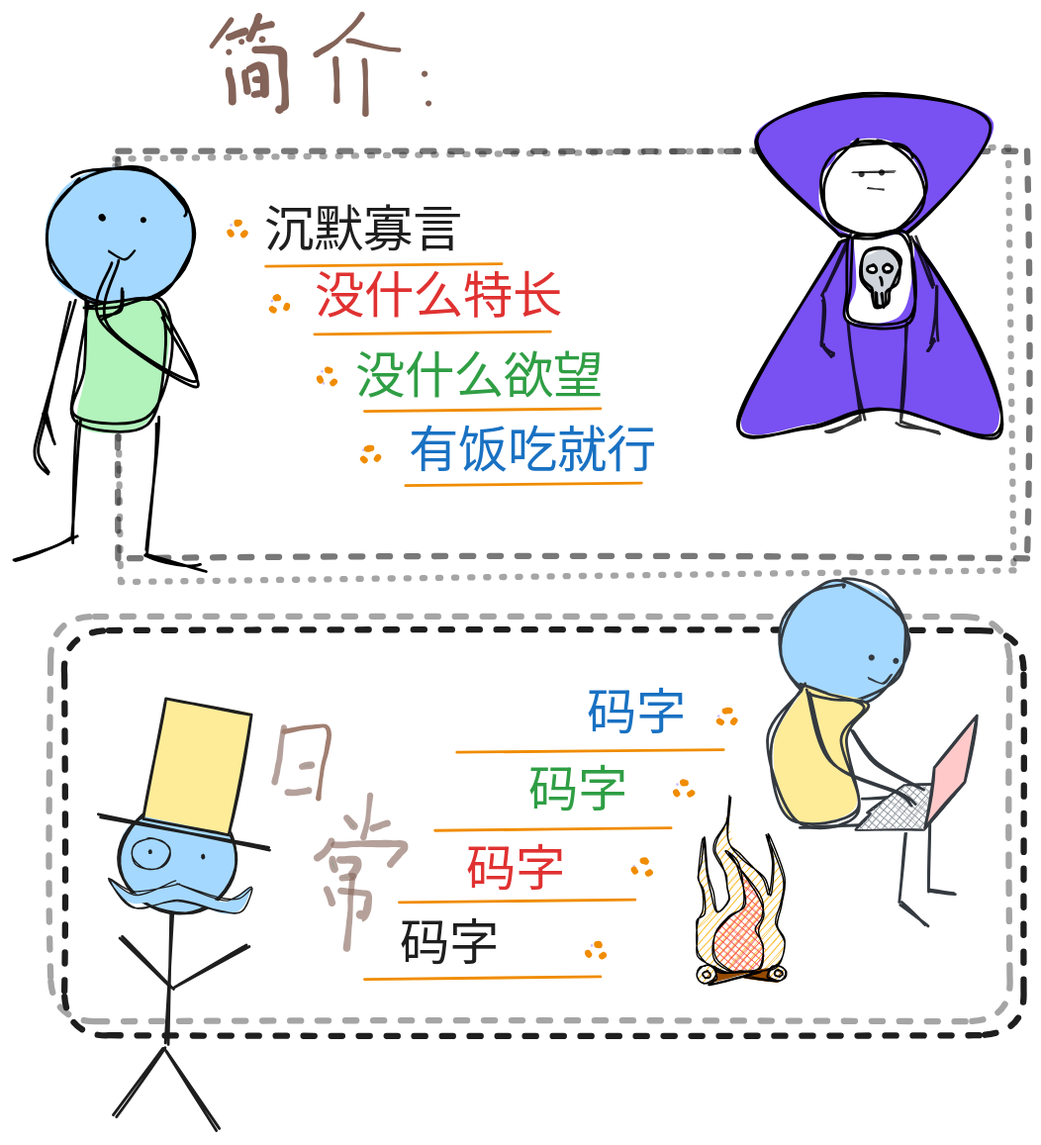
Earlier version of the Excalidraw export static/index.excalidraw.svg (herouu/herouu.github.io). Source tidied: one line per element, renumbered; positions are measured from the earlier drawing's top-left corner, leaving out a move shared by most shapes.
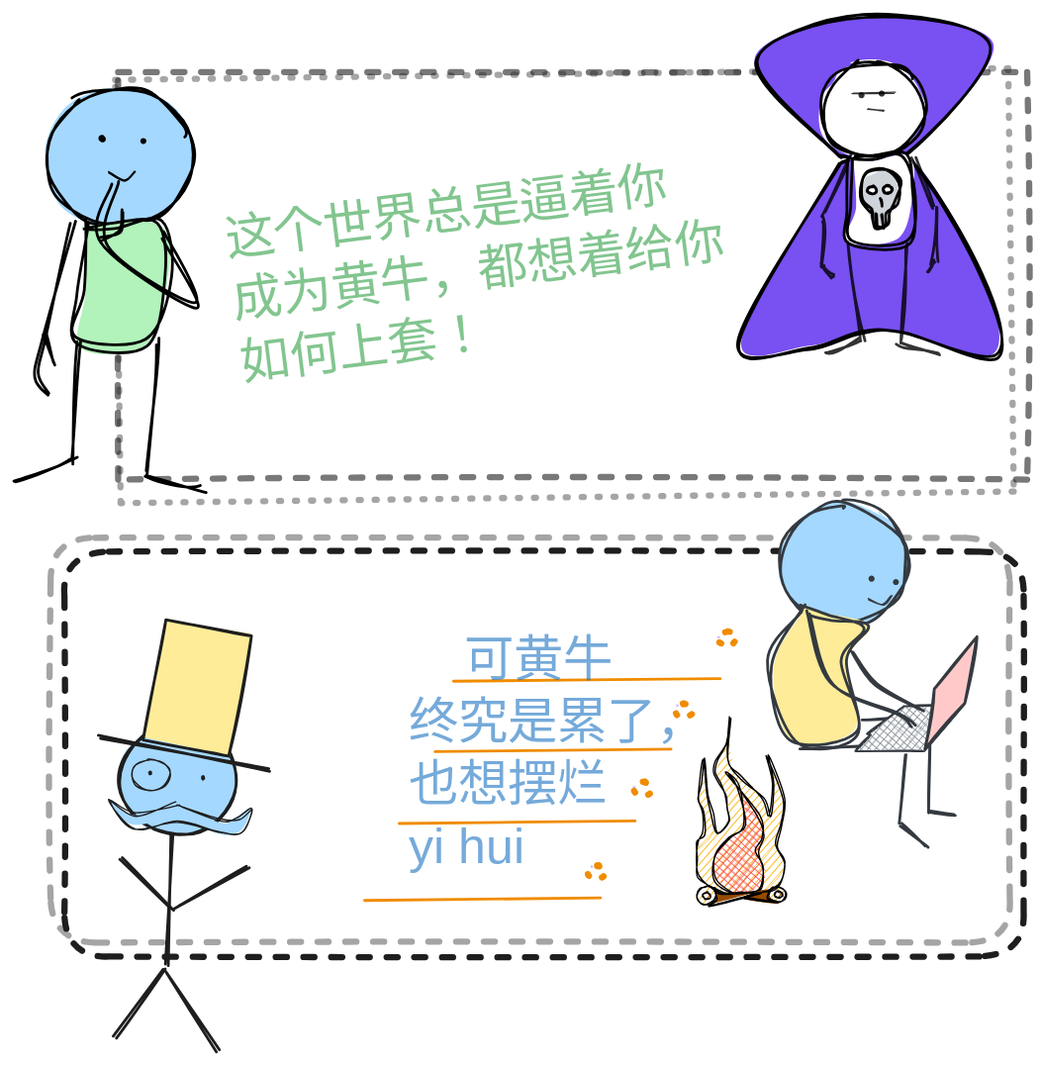
After the change.

Commit message:
feat(index): 添加 PlantUML 和 Mermaid 图表支持

- 在 index.html 中添加了 docsify-plantuml 和 docsify-mermaid 插件
- 优化了 Excalidraw 图表的显示样式
- 调整了部分脚本的引入顺序，提高了页面加载效率

Diff of the diagram source:
```diff
@@ -2,5 +2,2 @@
 {"id": 1, "type": "rectangle", "strokeColor": "#1e1e1e", "angle": 6.27, "strokeWidth": 4, "strokeStyle": "dotted", "roughness": 0, "opacity": 40, "x": 73, "y": 100, "width": 645, "height": 306}
-{"id": 2, "type": "text", "text": "沉默寡言", "strokeColor": "#1e1e1e", "strokeWidth": 4, "strokeStyle": "dashed", "roughness": 1, "fontSize": 36, "fontFamily": 5, "x": 179, "y": 136, "width": 144, "height": 45}
-{"id": 3, "type": "text", "text": "没什么特长", "strokeColor": "#e03131", "strokeWidth": 4, "strokeStyle": "dashed", "roughness": 1, "fontSize": 36, "fontFamily": 5, "x": 215, "y": 184, "width": 180, "height": 45}
-{"id": 4, "type": "text", "text": "没什么欲望", "strokeColor": "#2f9e44", "strokeWidth": 4, "strokeStyle": "dashed", "roughness": 1, "fontSize": 36, "fontFamily": 5, "x": 244, "y": 241, "width": 180, "height": 45}
 {"id": 5, "type": "ellipse", "strokeColor": "#1e1e1e", "backgroundColor": "#a5d8ff", "fillStyle": "solid", "strokeWidth": 2, "roughness": 1, "x": 74, "y": 571, "width": 85, "height": 78}
@@ -30,7 +27,2 @@
 {"id": 29, "type": "line", "strokeColor": "#000000", "angle": 3.23, "backgroundColor": "#ffec99", "fillStyle": "solid", "strokeWidth": 1, "roughness": 1, "round": true, "x": 67, "y": 177, "width": 19, "height": 7, "points": [[0, 0], [7, -7], [19, -2]]}
-{"id": 30, "type": "ellipse", "strokeColor": "#f08c00", "backgroundColor": "#d0bfff", "fillStyle": "cross-hatch", "strokeWidth": 4, "strokeStyle": "dotted", "roughness": 1, "round": true, "x": 153, "y": 151, "width": 12, "height": 10}
-{"id": 31, "type": "ellipse", "strokeColor": "#f08c00", "backgroundColor": "#d0bfff", "fillStyle": "cross-hatch", "strokeWidth": 4, "strokeStyle": "dotted", "roughness": 1, "round": true, "x": 183, "y": 205, "width": 12, "height": 10}
-{"id": 32, "type": "ellipse", "strokeColor": "#f08c00", "backgroundColor": "#d0bfff", "fillStyle": "cross-hatch", "strokeWidth": 4, "strokeStyle": "dotted", "roughness": 1, "round": true, "x": 218, "y": 257, "width": 12, "height": 10}
-{"id": 33, "type": "text", "text": "有饭吃就行", "strokeColor": "#1971c2", "strokeWidth": 4, "strokeStyle": "dashed", "roughness": 1, "fontSize": 36, "fontFamily": 5, "x": 283, "y": 295, "width": 180, "height": 45}
-{"id": 34, "type": "ellipse", "strokeColor": "#f08c00", "backgroundColor": "#d0bfff", "fillStyle": "cross-hatch", "strokeWidth": 4, "strokeStyle": "dotted", "roughness": 1, "round": true, "x": 249, "y": 313, "width": 12, "height": 10}
 {"id": 35, "type": "line", "strokeColor": "#000000", "backgroundColor": "#7950f2", "fillStyle": "solid", "strokeWidth": 2, "roughness": 1, "round": true, "x": 595, "y": 164, "width": 186, "height": 146, "points": [[0, 0], [-74, 130], [-23, 134], [14, 122], [44, 123], [112, 139], [101, 81], [45, -7], [0, 0]]}
@@ -53,21 +45,2 @@
 {"id": 52, "type": "line", "strokeColor": "#000000", "angle": 0.1, "backgroundColor": "#ffffff", "fillStyle": "solid", "strokeWidth": 2, "roughness": 2, "round": true, "x": 624, "y": 191, "width": 0, "height": 4, "points": [[0, 0], [0, 4]]}
-{"id": 53, "type": "freedraw", "strokeColor": "#846358", "backgroundColor": "#964b00", "fillStyle": "cross-hatch", "strokeWidth": 1, "strokeStyle": "dotted", "roughness": 1, "x": 155, "y": 4, "width": 14, "height": 19, "points": [[0, 0], [-14, 19], [-14, 19]]}
-{"id": 54, "type": "freedraw", "strokeColor": "#846358", "backgroundColor": "#964b00", "fillStyle": "cross-hatch", "strokeWidth": 1, "strokeStyle": "dotted", "roughness": 1, "x": 153, "y": 16, "width": 12, "height": 4, "points": [[0, 0], [1, 0], [2, -1], [3, -2], [5, -2], [6, -2], [7, -2], [8, -3], [10, -4], [11, -4], [12, -4], [12, -4]]}
-{"id": 55, "type": "freedraw", "strokeColor": "#846358", "backgroundColor": "#964b00", "fillStyle": "cross-hatch", "strokeWidth": 1, "strokeStyle": "dotted", "roughness": 1, "x": 163, "y": 20, "width": 1, "height": 0, "points": [[0, 0], [1, 0], [0, 0]]}
-{"id": 56, "type": "freedraw", "strokeColor": "#846358", "backgroundColor": "#964b00", "fillStyle": "cross-hatch", "strokeWidth": 1, "strokeStyle": "dotted", "roughness": 1, "x": 175, "y": 2, "width": 7, "height": 16, "points": [[0, 0], [0, 1], [0, 2], [-2, 4], [-2, 7], [-3, 9], [-5, 12], [-5, 13], [-6, 14], [-7, 15], [-7, 16], [-7, 16]]}
-{"id": 57, "type": "freedraw", "strokeColor": "#846358", "backgroundColor": "#964b00", "fillStyle": "cross-hatch", "strokeWidth": 1, "strokeStyle": "dotted", "roughness": 1, "x": 173, "y": 10, "width": 11, "height": 2, "points": [[0, 0], [2, 0], [4, 0], [7, -2], [7, -2], [9, -2], [10, -2], [11, -2], [11, -2]]}
-{"id": 58, "type": "freedraw", "strokeColor": "#846358", "backgroundColor": "#964b00", "fillStyle": "cross-hatch", "strokeWidth": 1, "strokeStyle": "dotted", "roughness": 1, "x": 178, "y": 18, "width": 3, "height": 1, "points": [[0, 0], [1, 0], [2, 1], [2, 1], [3, 1], [0, 0]]}
-{"id": 59, "type": "freedraw", "strokeColor": "#846358", "backgroundColor": "#964b00", "fillStyle": "cross-hatch", "strokeWidth": 1, "strokeStyle": "dotted", "roughness": 1, "x": 153, "y": 27, "width": 0, "height": 0, "points": [[0, 0], [0, 0]]}
-{"id": 60, "type": "freedraw", "strokeColor": "#846358", "backgroundColor": "#964b00", "fillStyle": "cross-hatch", "strokeWidth": 1, "strokeStyle": "dotted", "roughness": 1, "x": 153, "y": 41, "width": 2, "height": 22, "points": [[0, 0], [0, 2], [0, 3], [0, 4], [1, 6], [2, 7], [2, 12], [2, 13], [2, 16], [2, 17], [2, 20], [2, 22], [2, 22]]}
-{"id": 61, "type": "freedraw", "strokeColor": "#846358", "backgroundColor": "#964b00", "fillStyle": "cross-hatch", "strokeWidth": 1, "strokeStyle": "dotted", "roughness": 1, "x": 173, "y": 26, "width": 22, "height": 45, "points": [[0, 0], [1, 0], [2, 0], [5, 0], [6, 0], [7, 0], [7, 0], [9, 0], [11, 0], [12, 0], [13, 0], [16, 0], [17, 0], [18, 1], [19, 2], [20, 2], [20, 3], [20, 5], [20, 7], [20, 9], [20, 11], [20, 13], [20, 16], [20, 19], [21, 23], [22, 26], [22, 30], [22, 32], [22, 35], [22, 37], [22, 38], [22, 39], [22, 40], [22, 41], [22, 41], [21, 42], [21, 43], [20, 44], [20, 45], [17, 43], [17, 43]]}
-{"id": 62, "type": "freedraw", "strokeColor": "#846358", "backgroundColor": "#964b00", "fillStyle": "cross-hatch", "strokeWidth": 1, "strokeStyle": "dotted", "roughness": 1, "x": 165, "y": 42, "width": 2, "height": 14, "points": [[0, 0], [0, 2], [0, 3], [0, 5], [1, 7], [1, 9], [2, 11], [2, 12], [2, 14], [2, 13], [2, 13]]}
-{"id": 63, "type": "freedraw", "strokeColor": "#846358", "backgroundColor": "#964b00", "fillStyle": "cross-hatch", "strokeWidth": 1, "strokeStyle": "dotted", "roughness": 1, "x": 168, "y": 40, "width": 11, "height": 21, "points": [[0, 0], [2, -1], [2, -2], [4, -2], [7, -3], [7, -3], [8, -3], [9, -3], [10, -2], [10, 0], [10, 1], [11, 2], [11, 3], [11, 5], [11, 7], [11, 9], [11, 11], [11, 12], [11, 13], [11, 15], [11, 16], [11, 17], [11, 17], [11, 17]]}
-{"id": 64, "type": "freedraw", "strokeColor": "#846358", "backgroundColor": "#964b00", "fillStyle": "cross-hatch", "strokeWidth": 1, "strokeStyle": "dotted", "roughness": 1, "x": 173, "y": 47, "width": 4, "height": 0, "points": [[0, 0], [1, 0], [2, 0], [2, 0], [3, 0], [4, 0], [0, 0]]}
-{"id": 65, "type": "freedraw", "strokeColor": "#846358", "backgroundColor": "#964b00", "fillStyle": "cross-hatch", "strokeWidth": 1, "strokeStyle": "dotted", "roughness": 1, "x": 172, "y": 58, "width": 4, "height": 1, "points": [[0, 0], [1, 0], [2, 0], [2, -1], [3, -1], [4, -1], [0, 0]]}
-{"id": 66, "type": "freedraw", "strokeColor": "#846358", "backgroundColor": "#964b00", "fillStyle": "cross-hatch", "strokeWidth": 1, "strokeStyle": "dotted", "roughness": 1, "x": 250, "y": 0, "width": 33, "height": 29, "points": [[0, 0], [-1, 0], [-1, 2], [-5, 7], [-10, 12], [-12, 13], [-15, 17], [-18, 19], [-20, 22], [-22, 22], [-25, 24], [-27, 26], [-29, 27], [-32, 28], [-33, 28], [-33, 29], [-33, 29]]}
-{"id": 67, "type": "freedraw", "strokeColor": "#846358", "backgroundColor": "#964b00", "fillStyle": "cross-hatch", "strokeWidth": 1, "strokeStyle": "dotted", "roughness": 1, "x": 240, "y": 19, "width": 37, "height": 7, "points": [[0, 0], [1, 0], [2, 0], [5, 0], [10, 2], [17, 4], [24, 5], [30, 7], [33, 7], [37, 7], [37, 7]]}
-{"id": 68, "type": "freedraw", "strokeColor": "#846358", "backgroundColor": "#964b00", "fillStyle": "cross-hatch", "strokeWidth": 1, "strokeStyle": "dotted", "roughness": 1, "x": 231, "y": 32, "width": 1, "height": 30, "points": [[0, 0], [0, 2], [0, 4], [0, 7], [1, 9], [1, 12], [1, 17], [1, 22], [1, 22], [1, 25], [1, 27], [1, 29], [1, 30], [1, 30]]}
-{"id": 69, "type": "freedraw", "strokeColor": "#846358", "backgroundColor": "#964b00", "fillStyle": "cross-hatch", "strokeWidth": 1, "strokeStyle": "dotted", "roughness": 1, "x": 251, "y": 34, "width": 1, "height": 38, "points": [[0, 0], [1, 0], [1, 1], [1, 2], [1, 7], [1, 10], [1, 16], [1, 19], [1, 22], [1, 25], [1, 28], [1, 31], [1, 34], [1, 36], [1, 37], [1, 37], [1, 38], [1, 38]]}
-{"id": 70, "type": "freedraw", "strokeColor": "#846358", "backgroundColor": "#964b00", "fillStyle": "cross-hatch", "strokeWidth": 1, "strokeStyle": "dotted", "roughness": 1, "x": 295, "y": 43, "width": 0, "height": 0, "points": [[0, 0], [0, 0]]}
-{"id": 71, "type": "freedraw", "strokeColor": "#846358", "backgroundColor": "#964b00", "fillStyle": "cross-hatch", "strokeWidth": 1, "strokeStyle": "dotted", "roughness": 1, "x": 298, "y": 64, "width": 3, "height": 0, "points": [[0, 0], [1, 0], [3, 0], [0, 0]]}
 {"id": 72, "type": "ellipse", "strokeColor": "#f08c00", "backgroundColor": "#d0bfff", "fillStyle": "cross-hatch", "strokeWidth": 4, "strokeStyle": "dotted", "roughness": 1, "round": true, "x": 507, "y": 503, "width": 12, "height": 10}
@@ -76,7 +49,3 @@
 {"id": 75, "type": "ellipse", "strokeColor": "#f08c00", "backgroundColor": "#d0bfff", "fillStyle": "cross-hatch", "strokeWidth": 4, "strokeStyle": "dotted", "roughness": 1, "round": true, "x": 413, "y": 671, "width": 12, "height": 10}
-{"id": 76, "type": "line", "strokeColor": "#f08c00", "backgroundColor": "#d0bfff", "fillStyle": "solid", "strokeWidth": 2, "roughness": 0, "round": true, "x": 180, "y": 182, "width": 170, "height": 2, "points": [[0, 0], [170, -2]]}
-{"id": 77, "type": "line", "strokeColor": "#f08c00", "backgroundColor": "#d0bfff", "fillStyle": "solid", "strokeWidth": 2, "roughness": 0, "round": true, "x": 215, "y": 231, "width": 170, "height": 2, "points": [[0, 0], [170, -2]]}
-{"id": 78, "type": "line", "strokeColor": "#f08c00", "backgroundColor": "#d0bfff", "fillStyle": "solid", "strokeWidth": 2, "roughness": 0, "round": true, "x": 251, "y": 287, "width": 170, "height": 2, "points": [[0, 0], [170, -2]]}
-{"id": 79, "type": "line", "strokeColor": "#f08c00", "backgroundColor": "#d0bfff", "fillStyle": "solid", "strokeWidth": 2, "roughness": 0, "round": true, "x": 281, "y": 340, "width": 170, "height": 2, "points": [[0, 0], [170, -2]]}
-{"id": 80, "type": "line", "strokeColor": "#f08c00", "backgroundColor": "#d0bfff", "fillStyle": "solid", "strokeWidth": 2, "roughness": 0, "round": true, "x": 318, "y": 533, "width": 193, "height": 2, "points": [[0, 0], [193, -2]]}
+{"id": 80, "type": "line", "strokeColor": "#f08c00", "backgroundColor": "#d0bfff", "fillStyle": "solid", "strokeWidth": 2, "roughness": 0, "round": true, "x": 316, "y": 538, "width": 193, "height": 2, "points": [[0, 0], [193, -2]]}
 {"id": 81, "type": "line", "strokeColor": "#f08c00", "backgroundColor": "#d0bfff", "fillStyle": "solid", "strokeWidth": 2, "roughness": 0, "round": true, "x": 302, "y": 589, "width": 170, "height": 2, "points": [[0, 0], [170, -2]]}
@@ -84,21 +53,2 @@
 {"id": 83, "type": "line", "strokeColor": "#f08c00", "backgroundColor": "#d0bfff", "fillStyle": "solid", "strokeWidth": 2, "roughness": 0, "round": true, "x": 251, "y": 697, "width": 170, "height": 2, "points": [[0, 0], [170, -2]]}
-{"id": 84, "type": "text", "text": "码字", "strokeColor": "#1971c2", "backgroundColor": "#d0bfff", "fillStyle": "solid", "strokeWidth": 2, "roughness": 0, "fontSize": 36, "fontFamily": 5, "x": 412, "y": 485, "width": 72, "height": 45}
-{"id": 85, "type": "freedraw", "strokeColor": "#846358", "angle": 0.1, "backgroundColor": "#96f2d7", "fillStyle": "solid", "strokeWidth": 1, "roughness": 0, "opacity": 60, "x": 191, "y": 515, "width": 3, "height": 40, "points": [[0, 0], [0, 1], [-1, 3], [-1, 7], [-1, 12], [-1, 14], [-1, 17], [-1, 19], [-1, 23], [-1, 26], [-2, 30], [-2, 32], [-2, 36], [-3, 38], [-3, 39], [-3, 40], [-3, 40]]}
-{"id": 86, "type": "freedraw", "strokeColor": "#a18072", "backgroundColor": "#d0bfff", "fillStyle": "solid", "strokeWidth": 1, "roughness": 0, "x": 193, "y": 518, "width": 33, "height": 53, "points": [[0, 0], [2, 0], [5, -1], [15, -3], [18, -4], [25, -4], [31, -5], [33, -5], [33, -1], [33, 4], [32, 7], [31, 10], [31, 16], [30, 20], [28, 25], [27, 31], [27, 35], [26, 39], [26, 43], [25, 45], [25, 46], [25, 48], [25, 48]]}
-{"id": 87, "type": "freedraw", "strokeColor": "#846358", "angle": 0.1, "backgroundColor": "#96f2d7", "fillStyle": "solid", "strokeWidth": 1, "roughness": 0, "opacity": 60, "x": 206, "y": 544, "width": 7, "height": 2, "points": [[0, 0], [1, 0], [1, -1], [3, -1], [4, -2], [6, -2], [6, -2], [7, -2], [0, 0]]}
-{"id": 88, "type": "freedraw", "strokeColor": "#846358", "angle": 0.1, "backgroundColor": "#96f2d7", "fillStyle": "solid", "strokeWidth": 1, "roughness": 0, "opacity": 60, "x": 196, "y": 563, "width": 15, "height": 3, "points": [[0, 0], [5, 0], [6, 0], [9, -1], [11, -2], [13, -2], [14, -3], [15, -3], [15, -3]]}
-{"id": 89, "type": "freedraw", "strokeColor": "#846358", "angle": 0.1, "backgroundColor": "#96f2d7", "fillStyle": "solid", "strokeWidth": 1, "roughness": 0, "opacity": 60, "x": 254, "y": 564, "width": 2, "height": 31, "points": [[0, 0], [0, 1], [0, 4], [0, 6], [0, 11], [0, 16], [0, 19], [0, 21], [-1, 24], [-1, 27], [-2, 28], [-2, 31], [-2, 31]]}
-{"id": 90, "type": "freedraw", "strokeColor": "#846358", "angle": 0.1, "backgroundColor": "#96f2d7", "fillStyle": "solid", "strokeWidth": 1, "roughness": 0, "opacity": 60, "x": 238, "y": 581, "width": 6, "height": 6, "points": [[0, 0], [1, 1], [2, 1], [2, 2], [3, 3], [3, 4], [4, 4], [5, 6], [6, 6], [6, 6], [0, 0]]}
-{"id": 91, "type": "freedraw", "strokeColor": "#846358", "angle": 0.1, "backgroundColor": "#96f2d7", "fillStyle": "solid", "strokeWidth": 1, "roughness": 0, "opacity": 60, "x": 268, "y": 584, "width": 10, "height": 5, "points": [[0, 0], [-1, 1], [-4, 2], [-6, 2], [-7, 4], [-8, 5], [-10, 5], [-10, 5]]}
-{"id": 92, "type": "freedraw", "strokeColor": "#846358", "backgroundColor": "#96f2d7", "fillStyle": "solid", "strokeWidth": 1, "roughness": 0, "opacity": 60, "x": 227, "y": 597, "width": 10, "height": 12, "points": [[0, 0], [0, 1], [0, 4], [-2, 5], [-4, 6], [-5, 8], [-6, 9], [-8, 11], [-10, 12], [-10, 12]]}
-{"id": 93, "type": "freedraw", "strokeColor": "#846358", "backgroundColor": "#96f2d7", "fillStyle": "solid", "strokeWidth": 1, "roughness": 0, "opacity": 60, "x": 229, "y": 600, "width": 51, "height": 15, "points": [[0, 0], [1, 0], [3, 0], [4, 0], [7, 0], [10, 0], [15, -1], [18, -1], [19, -1], [23, -1], [24, -1], [27, -1], [29, -1], [31, -1], [34, -1], [36, -1], [39, -1], [41, -1], [46, -1], [47, -1], [49, -1], [50, -1], [51, -1], [51, 0], [51, 1], [51, 2], [51, 3], [50, 4], [45, 7], [44, 10], [42, 12], [42, 13], [41, 14], [41, 14]]}
-{"id": 94, "type": "freedraw", "strokeColor": "#846358", "angle": 0.1, "backgroundColor": "#96f2d7", "fillStyle": "solid", "strokeWidth": 1, "roughness": 0, "opacity": 60, "x": 228, "y": 610, "width": 3, "height": 7, "points": [[0, 0], [0, 1], [0, 3], [0, 4], [1, 5], [2, 6], [2, 7], [3, 7], [0, 0]]}
-{"id": 95, "type": "freedraw", "strokeColor": "#846358", "angle": 0.1, "backgroundColor": "#96f2d7", "fillStyle": "solid", "strokeWidth": 1, "roughness": 0, "opacity": 60, "x": 233, "y": 611, "width": 13, "height": 10, "points": [[0, 0], [1, 0], [2, 0], [3, 0], [5, 0], [6, -1], [6, -1], [8, -1], [10, -1], [11, -1], [12, -1], [13, 0], [13, 1], [13, 2], [13, 4], [13, 5], [12, 6], [12, 7], [11, 8], [11, 9], [10, 9], [10, 9]]}
-{"id": 96, "type": "freedraw", "strokeColor": "#846358", "angle": 0.1, "backgroundColor": "#96f2d7", "fillStyle": "solid", "strokeWidth": 1, "roughness": 0, "opacity": 60, "x": 235, "y": 624, "width": 8, "height": 2, "points": [[0, 0], [0, -1], [1, -1], [3, -1], [4, -1], [6, -2], [6, -2], [7, -2], [8, -2], [0, 0]]}
-{"id": 97, "type": "freedraw", "strokeColor": "#846358", "angle": 0.1, "backgroundColor": "#96f2d7", "fillStyle": "solid", "strokeWidth": 1, "roughness": 0, "opacity": 60, "x": 224, "y": 632, "width": 5, "height": 9, "points": [[0, 0], [1, 0], [2, 2], [2, 3], [3, 5], [4, 6], [4, 7], [4, 8], [5, 9], [5, 9]]}
-{"id": 98, "type": "freedraw", "strokeColor": "#846358", "angle": 0.1, "backgroundColor": "#96f2d7", "fillStyle": "solid", "strokeWidth": 1, "roughness": 0, "opacity": 60, "x": 233, "y": 634, "width": 20, "height": 19, "points": [[0, 0], [1, 0], [4, 0], [6, 0], [9, 0], [12, 0], [17, 0], [19, 0], [19, 0], [20, 0], [20, 1], [20, 2], [20, 3], [20, 5], [20, 6], [20, 9], [20, 10], [20, 12], [19, 15], [19, 16], [19, 17], [19, 18], [18, 18], [18, 19], [17, 19], [16, 18], [16, 17], [16, 16], [16, 16]]}
-{"id": 99, "type": "freedraw", "strokeColor": "#846358", "angle": 0.1, "backgroundColor": "#96f2d7", "fillStyle": "solid", "strokeWidth": 1, "roughness": 0, "opacity": 60, "x": 240, "y": 625, "width": 1, "height": 49, "points": [[0, 0], [0, 1], [0, 4], [0, 6], [0, 9], [0, 13], [0, 17], [1, 21], [1, 24], [1, 27], [1, 30], [1, 31], [1, 36], [1, 38], [1, 39], [1, 43], [1, 44], [1, 45], [1, 47], [1, 48], [1, 49], [1, 49]]}
-{"id": 100, "type": "text", "text": "码字", "strokeColor": "#2f9e44", "backgroundColor": "#d0bfff", "fillStyle": "solid", "strokeWidth": 2, "roughness": 0, "fontSize": 36, "fontFamily": 5, "x": 369, "y": 540, "width": 72, "height": 45}
-{"id": 101, "type": "text", "text": "码字", "strokeColor": "#e03131", "backgroundColor": "#d0bfff", "fillStyle": "solid", "strokeWidth": 2, "roughness": 0, "fontSize": 36, "fontFamily": 5, "x": 325, "y": 597, "width": 72, "height": 45}
-{"id": 102, "type": "text", "text": "码字", "strokeColor": "#1e1e1e", "backgroundColor": "#d0bfff", "fillStyle": "solid", "strokeWidth": 2, "roughness": 0, "fontSize": 36, "fontFamily": 5, "x": 277, "y": 651, "width": 72, "height": 45}
 {"id": 103, "type": "line", "strokeColor": "#000000", "backgroundColor": "#fab005", "fillStyle": "hachure", "strokeWidth": 1, "roughness": 1, "round": true, "x": 517, "y": 692, "width": 64, "height": 127, "points": [[0, 0], [-13, -4], [-24, -13], [-27, -27], [-26, -37], [-22, -45], [-22, -58], [-26, -68], [-23, -80], [-22, -97], [-20, -72], [-15, -60], [-12, -45], [-3, -52], [-3, -61], [-5, -71], [-9, -80], [-13, -88], [-11, -97], [-5, -109], [-1, -127], [-2, -97], [7, -85], [22, -70], [27, -58], [29, -81], [24, -100], [37, -70], [34, -51], [32, -35], [37, -22], [29, -3], [0, 0]]}
@@ -125,1 +75,3 @@
 {"id": 124, "type": "line", "strokeColor": "#343a40", "backgroundColor": "#ffffff", "fillStyle": "solid", "strokeWidth": 2, "roughness": 1, "round": true, "x": 571, "y": 488, "width": 77, "height": 82, "points": [[0, 0], [17, 51], [66, 75], [77, 82]]}
+{"id": 125, "type": "text", "text": "这个世界总是逼着你\n成为黄牛，都想着给你\n如何上套！", "strokeColor": "#2f9e44", "angle": 6.16, "backgroundColor": "#964b00", "fillStyle": "cross-hatch", "strokeWidth": 1, "roughness": 2, "opacity": 60, "fontSize": 36, "fontFamily": 5, "x": 155, "y": 177, "width": 360, "height": 135}
+{"id": 126, "type": "text", "text": "    可黄牛\n终究是累了，\n也想摆烂\nyi hui", "strokeColor": "#1971c2", "backgroundColor": "#964b00", "fillStyle": "cross-hatch", "strokeWidth": 1, "roughness": 2, "opacity": 60, "fontSize": 36, "fontFamily": 5, "x": 284, "y": 503, "width": 216, "height": 180}
```
